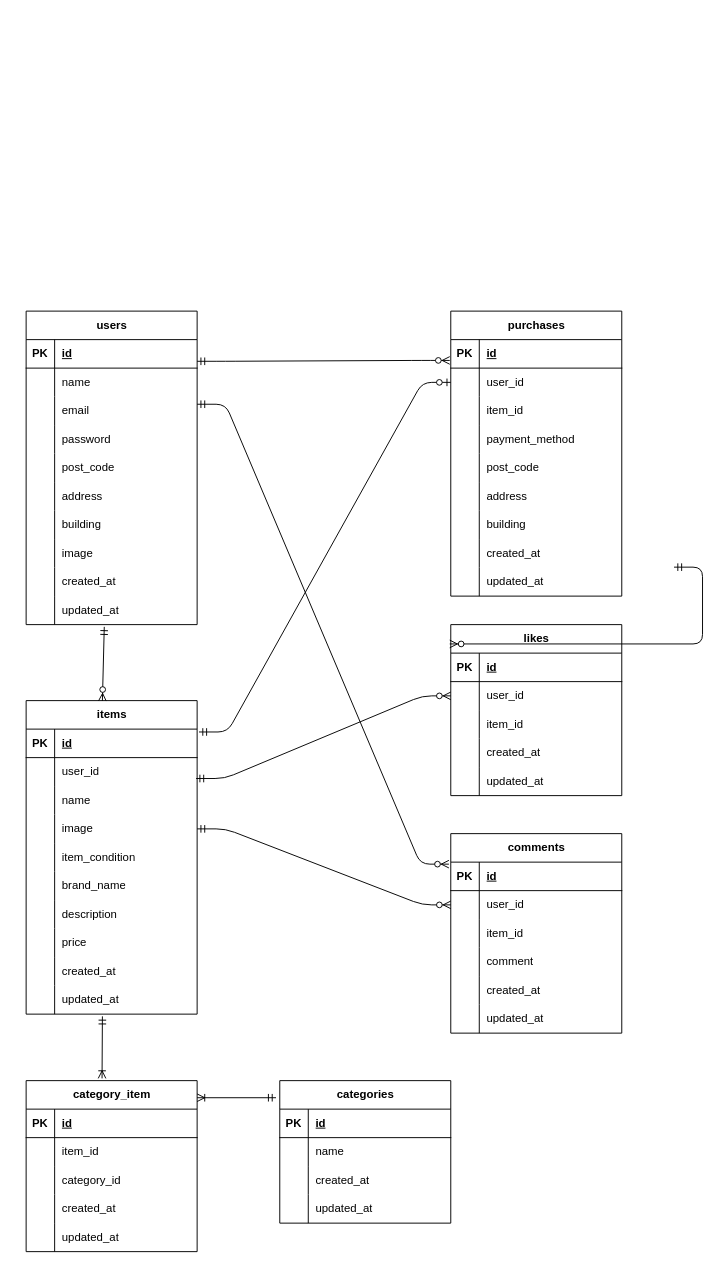
Earlier version of the draw.io diagram ER.dio (KenKen416/FRIMA). Source tidied: cells renumbered, new cells numbered last; positions are measured from the earlier drawing's top-left corner, leaving out a move shared by most shapes. Both pictures are drawn from the tidied source at 95%, with x=0, y=0 at pixel (-199, 238).
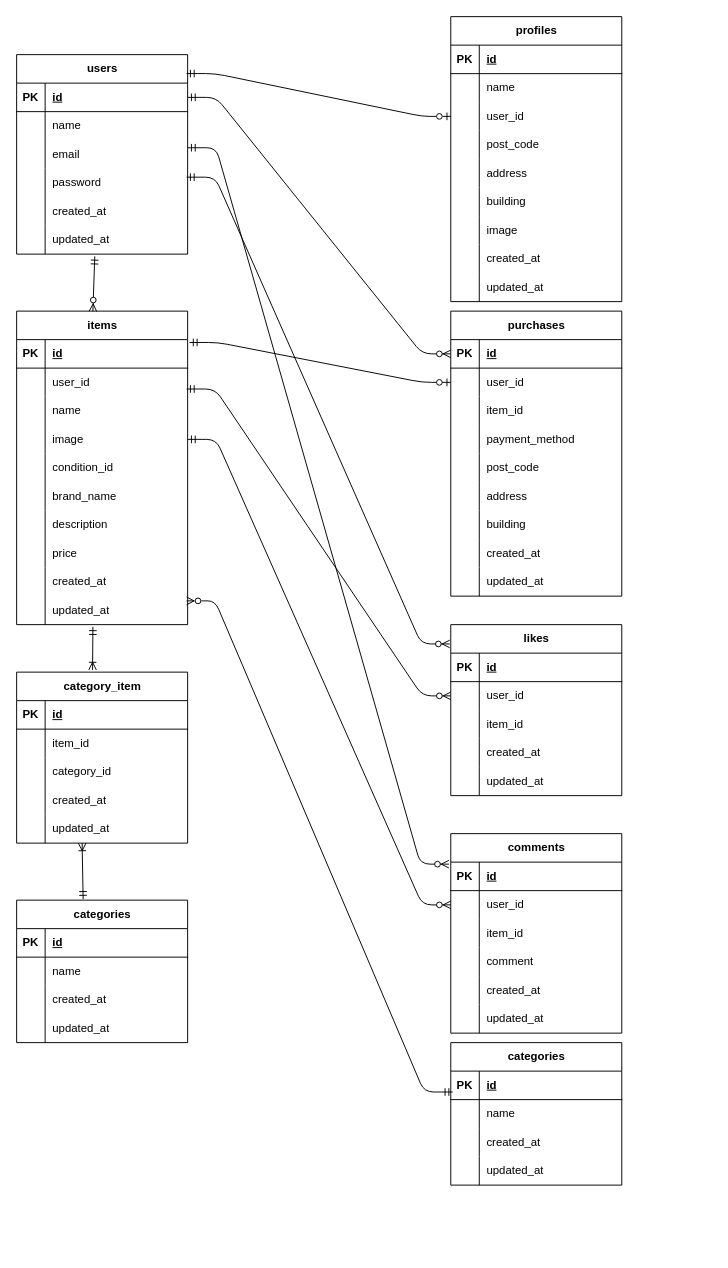
The same diagram, later.

The change refers to these unchanged cells:
```xml
<mxCell id="3" style="shape=tableRow;horizontal=0;startSize=0;swimlaneHead=0;swimlaneBody=0;fillColor=none;points=[[0,0.5],[1,0.5]];portConstraint=eastwest;top=0;left=0;right=0;bottom=1;" parent="2" vertex="1">
  <mxGeometry y="30" width="180" height="30" as="geometry" />
</mxCell>
<mxCell id="12" style="shape=tableRow;horizontal=0;startSize=0;swimlaneHead=0;swimlaneBody=0;fillColor=none;points=[[0,0.5],[1,0.5]];portConstraint=eastwest;top=0;left=0;right=0;bottom=0;" parent="2" vertex="1">
  <mxGeometry y="120" width="180" height="30" as="geometry" />
</mxCell>
<mxCell id="46" style="shape=tableRow;horizontal=0;startSize=0;swimlaneHead=0;swimlaneBody=0;fillColor=none;top=0;left=0;right=0;bottom=0;" parent="33" vertex="1">
  <mxGeometry y="150" width="180" height="30" as="geometry" />
</mxCell>
<mxCell id="61" style="shape=tableRow;horizontal=0;startSize=0;swimlaneHead=0;swimlaneBody=0;fillColor=none;points=[[0,0.5],[1,0.5]];portConstraint=eastwest;top=0;left=0;right=0;bottom=0;" parent="33" vertex="1">
  <mxGeometry y="300" width="180" height="30" as="geometry" />
</mxCell>
<mxCell id="64" value="purchases" style="shape=table;startSize=30;childLayout=tableLayout;rowLines=0;fontStyle=1;align=center;html=1;" parent="1" vertex="1">
  <mxGeometry x="683" y="77" width="180" height="300" as="geometry" />
</mxCell>
<mxCell id="65" style="shape=tableRow;horizontal=0;startSize=0;swimlaneHead=0;swimlaneBody=0;fillColor=none;points=[[0,0.5],[1,0.5]];portConstraint=eastwest;top=0;left=0;right=0;bottom=1;" parent="64" vertex="1">
  <mxGeometry y="30" width="180" height="30" as="geometry" />
</mxCell>
<mxCell id="92" value="likes" style="shape=table;startSize=30;childLayout=tableLayout;rowLines=0;fontStyle=1;align=center;html=1;" parent="1" vertex="1">
  <mxGeometry x="683" y="407" width="180" height="180" as="geometry" />
</mxCell>
<mxCell id="160" style="shape=tableRow;horizontal=0;startSize=0;swimlaneHead=0;swimlaneBody=0;fillColor=none;points=[[0,0.5],[1,0.5]];portConstraint=eastwest;top=0;left=0;right=0;bottom=0;" parent="147" vertex="1">
  <mxGeometry y="150" width="180" height="30" as="geometry" />
</mxCell>
```

Change to the diagram source:
```diff
@@
     <mxCell id="2" value="users" style="shape=table;startSize=30;childLayout=tableLayout;rowLines=0;fontStyle=1;align=center;html=1;" parent="1" vertex="1">
-      <mxGeometry x="236" y="77" width="180" height="330" as="geometry" />
+      <mxGeometry x="226" y="-193" width="180" height="210" as="geometry" />
     </mxCell>
@@
-    <mxCell id="15" style="shape=tableRow;horizontal=0;startSize=0;swimlaneHead=0;swimlaneBody=0;fillColor=none;top=0;left=0;right=0;bottom=0;" parent="2" vertex="1">
-      <mxGeometry y="150" width="180" height="30" as="geometry" />
-    </mxCell>
-    <mxCell id="16" style="shape=partialRectangle;fillColor=none;top=0;left=0;bottom=0;right=0;overflow=hidden;whiteSpace=wrap;html=1;" parent="15" vertex="1">
-      <mxGeometry width="30" height="30" as="geometry" />
-    </mxCell>
-    <mxCell id="17" value="post_code" style="shape=partialRectangle;fillColor=none;top=0;left=0;bottom=0;right=0;align=left;spacingLeft=6;overflow=hidden;whiteSpace=wrap;html=1;" parent="15" vertex="1">
-      <mxGeometry x="30" width="150" height="30" as="geometry" />
-    </mxCell>
-    <mxCell id="18" style="shape=tableRow;horizontal=0;startSize=0;swimlaneHead=0;swimlaneBody=0;fillColor=none;top=0;left=0;right=0;bottom=0;" parent="2" vertex="1">
-      <mxGeometry y="180" width="180" height="30" as="geometry" />
-    </mxCell>
-    <mxCell id="19" style="shape=partialRectangle;fillColor=none;top=0;left=0;bottom=0;right=0;overflow=hidden;whiteSpace=wrap;html=1;" parent="18" vertex="1">
-      <mxGeometry width="30" height="30" as="geometry" />
-    </mxCell>
-    <mxCell id="20" value="address" style="shape=partialRectangle;fillColor=none;top=0;left=0;bottom=0;right=0;align=left;spacingLeft=6;overflow=hidden;whiteSpace=wrap;html=1;" parent="18" vertex="1">
-      <mxGeometry x="30" width="150" height="30" as="geometry" />
-    </mxCell>
-    <mxCell id="21" style="shape=tableRow;horizontal=0;startSize=0;swimlaneHead=0;swimlaneBody=0;fillColor=none;top=0;left=0;right=0;bottom=0;" parent="2" vertex="1">
-      <mxGeometry y="210" width="180" height="30" as="geometry" />
-    </mxCell>
-    <mxCell id="22" style="shape=partialRectangle;fillColor=none;top=0;left=0;bottom=0;right=0;overflow=hidden;whiteSpace=wrap;html=1;" parent="21" vertex="1">
-      <mxGeometry width="30" height="30" as="geometry" />
-    </mxCell>
-    <mxCell id="23" value="building" style="shape=partialRectangle;fillColor=none;top=0;left=0;bottom=0;right=0;align=left;spacingLeft=6;overflow=hidden;whiteSpace=wrap;html=1;" parent="21" vertex="1">
-      <mxGeometry x="30" width="150" height="30" as="geometry" />
-    </mxCell>
-    <mxCell id="24" style="shape=tableRow;horizontal=0;startSize=0;swimlaneHead=0;swimlaneBody=0;fillColor=none;top=0;left=0;right=0;bottom=0;" parent="2" vertex="1">
-      <mxGeometry y="240" width="180" height="30" as="geometry" />
-    </mxCell>
-    <mxCell id="25" style="shape=partialRectangle;fillColor=none;top=0;left=0;bottom=0;right=0;overflow=hidden;whiteSpace=wrap;html=1;" parent="24" vertex="1">
-      <mxGeometry width="30" height="30" as="geometry" />
-    </mxCell>
-    <mxCell id="26" value="image" style="shape=partialRectangle;fillColor=none;top=0;left=0;bottom=0;right=0;align=left;spacingLeft=6;overflow=hidden;whiteSpace=wrap;html=1;" parent="24" vertex="1">
-      <mxGeometry x="30" width="150" height="30" as="geometry" />
-    </mxCell>
     <mxCell id="27" style="shape=tableRow;horizontal=0;startSize=0;swimlaneHead=0;swimlaneBody=0;fillColor=none;top=0;left=0;right=0;bottom=0;" parent="2" vertex="1">
-      <mxGeometry y="270" width="180" height="30" as="geometry" />
+      <mxGeometry y="150" width="180" height="30" as="geometry" />
     </mxCell>
@@
     <mxCell id="30" style="shape=tableRow;horizontal=0;startSize=0;swimlaneHead=0;swimlaneBody=0;fillColor=none;points=[[0,0.5],[1,0.5]];portConstraint=eastwest;top=0;left=0;right=0;bottom=0;" parent="2" vertex="1">
-      <mxGeometry y="300" width="180" height="30" as="geometry" />
+      <mxGeometry y="180" width="180" height="30" as="geometry" />
     </mxCell>
@@
     <mxCell id="33" value="items" style="shape=table;startSize=30;childLayout=tableLayout;rowLines=0;fontStyle=1;align=center;html=1;" parent="1" vertex="1">
-      <mxGeometry x="236" y="487" width="180" height="330" as="geometry" />
+      <mxGeometry x="226" y="77" width="180" height="330" as="geometry" />
     </mxCell>
@@
-    <mxCell id="48" value="item_condition" style="shape=partialRectangle;fillColor=none;top=0;left=0;bottom=0;right=0;align=left;spacingLeft=6;overflow=hidden;whiteSpace=wrap;html=1;" parent="46" vertex="1">
+    <mxCell id="48" value="condition_id" style="shape=partialRectangle;fillColor=none;top=0;left=0;bottom=0;right=0;align=left;spacingLeft=6;overflow=hidden;whiteSpace=wrap;html=1;" parent="46" vertex="1">
       <mxGeometry x="30" width="150" height="30" as="geometry" />
     </mxCell>
@@
-    <mxCell id="128" style="edgeStyle=entityRelationEdgeStyle;fontSize=12;html=1;endArrow=ERzeroToMany;startArrow=ERmandOne;exitX=1;exitY=0.16;exitDx=0;exitDy=0;exitPerimeter=0;entryX=-0.006;entryY=0.173;entryDx=0;entryDy=0;entryPerimeter=0;" parent="1" edge="1" source="2" target="64">
+    <mxCell id="128" style="edgeStyle=entityRelationEdgeStyle;fontSize=12;html=1;endArrow=ERzeroToOne;startArrow=ERmandOne;exitX=0.994;exitY=0.095;exitDx=0;exitDy=0;exitPerimeter=0;endFill=0;" parent="1" edge="1" source="2" target="172">
       <mxGeometry relative="1" as="geometry" />
     </mxCell>
-    <mxCell id="129" style="edgeStyle=entityRelationEdgeStyle;fontSize=12;html=1;endArrow=ERzeroToMany;startArrow=ERmandOne;exitX=1;exitY=0.5;exitDx=0;exitDy=0;entryX=-0.006;entryY=0.113;entryDx=0;entryDy=0;entryPerimeter=0;" parent="1" edge="1" target="92">
+    <mxCell id="129" style="edgeStyle=entityRelationEdgeStyle;fontSize=12;html=1;endArrow=ERzeroToMany;startArrow=ERmandOne;exitX=0.994;exitY=0.3;exitDx=0;exitDy=0;entryX=-0.006;entryY=0.113;entryDx=0;entryDy=0;entryPerimeter=0;exitPerimeter=0;" parent="1" edge="1" source="12" target="92">
       <mxGeometry relative="1" as="geometry">
-        <mxPoint x="918" y="346.5" as="sourcePoint" />
+        <Array as="points">
+          <mxPoint x="416" y="197" />
+          <mxPoint x="446" y="237" />
+        </Array>
       </mxGeometry>
     </mxCell>
@@
     <mxCell id="134" value="categories" style="shape=table;startSize=30;childLayout=tableLayout;rowLines=0;fontStyle=1;align=center;html=1;" parent="1" vertex="1">
-      <mxGeometry x="503" y="887" width="180" height="150" as="geometry" />
+      <mxGeometry x="226" y="697" width="180" height="150" as="geometry" />
     </mxCell>
@@
     <mxCell id="147" value="category_item" style="shape=table;startSize=30;childLayout=tableLayout;rowLines=0;fontStyle=1;align=center;html=1;" parent="1" vertex="1">
-      <mxGeometry x="236" y="887" width="180" height="180" as="geometry" />
+      <mxGeometry x="226" y="457" width="180" height="180" as="geometry" />
     </mxCell>
@@
-    <mxCell id="164" style="fontSize=12;html=1;endArrow=ERoneToMany;startArrow=ERmandOne;exitX=-0.022;exitY=0.12;exitDx=0;exitDy=0;exitPerimeter=0;entryX=1;entryY=0.1;entryDx=0;entryDy=0;entryPerimeter=0;" parent="1" edge="1" source="134" target="147">
+    <mxCell id="164" style="fontSize=12;html=1;endArrow=ERoneToMany;startArrow=ERmandOne;exitX=0.389;exitY=-0.007;exitDx=0;exitDy=0;exitPerimeter=0;entryX=0.383;entryY=1;entryDx=0;entryDy=0;entryPerimeter=0;" parent="1" edge="1" source="134" target="160">
       <mxGeometry relative="1" as="geometry" />
     </mxCell>
+    <mxCell id="165" value="profiles" style="shape=table;startSize=30;childLayout=tableLayout;rowLines=0;fontStyle=1;align=center;html=1;" parent="1" vertex="1">
+      <mxGeometry x="683" y="-233" width="180" height="300" as="geometry" />
+    </mxCell>
+    <mxCell id="166" style="shape=tableRow;horizontal=0;startSize=0;swimlaneHead=0;swimlaneBody=0;fillColor=none;top=0;left=0;right=0;bottom=1;" parent="165" vertex="1">
+      <mxGeometry y="30" width="180" height="30" as="geometry" />
+    </mxCell>
+    <mxCell id="167" value="PK" style="shape=partialRectangle;fillColor=none;top=0;left=0;bottom=0;right=0;fontStyle=1;overflow=hidden;whiteSpace=wrap;html=1;" parent="166" vertex="1">
+      <mxGeometry width="30" height="30" as="geometry" />
+    </mxCell>
+    <mxCell id="168" value="id" style="shape=partialRectangle;fillColor=none;top=0;left=0;bottom=0;right=0;align=left;spacingLeft=6;fontStyle=5;overflow=hidden;whiteSpace=wrap;html=1;" parent="166" vertex="1">
+      <mxGeometry x="30" width="150" height="30" as="geometry" />
+    </mxCell>
+    <mxCell id="169" style="shape=tableRow;horizontal=0;startSize=0;swimlaneHead=0;swimlaneBody=0;fillColor=none;top=0;left=0;right=0;bottom=0;" parent="165" vertex="1">
+      <mxGeometry y="60" width="180" height="30" as="geometry" />
+    </mxCell>
+    <mxCell id="170" style="shape=partialRectangle;fillColor=none;top=0;left=0;bottom=0;right=0;overflow=hidden;whiteSpace=wrap;html=1;" parent="169" vertex="1">
+      <mxGeometry width="30" height="30" as="geometry" />
+    </mxCell>
+    <mxCell id="171" value="name" style="shape=partialRectangle;fillColor=none;top=0;left=0;bottom=0;right=0;align=left;spacingLeft=6;overflow=hidden;whiteSpace=wrap;html=1;" parent="169" vertex="1">
+      <mxGeometry x="30" width="150" height="30" as="geometry" />
+    </mxCell>
+    <mxCell id="172" style="shape=tableRow;horizontal=0;startSize=0;swimlaneHead=0;swimlaneBody=0;fillColor=none;points=[[0,0.5],[1,0.5]];portConstraint=eastwest;top=0;left=0;right=0;bottom=0;" parent="165" vertex="1">
+      <mxGeometry y="90" width="180" height="30" as="geometry" />
+    </mxCell>
+    <mxCell id="173" style="shape=partialRectangle;fillColor=none;top=0;left=0;bottom=0;right=0;overflow=hidden;whiteSpace=wrap;html=1;" parent="172" vertex="1">
+      <mxGeometry width="30" height="30" as="geometry" />
+    </mxCell>
+    <mxCell id="174" value="user_id" style="shape=partialRectangle;fillColor=none;top=0;left=0;bottom=0;right=0;align=left;spacingLeft=6;overflow=hidden;whiteSpace=wrap;html=1;" parent="172" vertex="1">
+      <mxGeometry x="30" width="150" height="30" as="geometry" />
+    </mxCell>
+    <mxCell id="175" style="shape=tableRow;horizontal=0;startSize=0;swimlaneHead=0;swimlaneBody=0;fillColor=none;top=0;left=0;right=0;bottom=0;" parent="165" vertex="1">
+      <mxGeometry y="120" width="180" height="30" as="geometry" />
+    </mxCell>
+    <mxCell id="176" style="shape=partialRectangle;fillColor=none;top=0;left=0;bottom=0;right=0;overflow=hidden;whiteSpace=wrap;html=1;" parent="175" vertex="1">
+      <mxGeometry width="30" height="30" as="geometry" />
+    </mxCell>
+    <mxCell id="17" value="post_code" style="shape=partialRectangle;fillColor=none;top=0;left=0;bottom=0;right=0;align=left;spacingLeft=6;overflow=hidden;whiteSpace=wrap;html=1;" parent="175" vertex="1">
+      <mxGeometry x="30" width="150" height="30" as="geometry" />
+    </mxCell>
+    <mxCell id="15" style="shape=tableRow;horizontal=0;startSize=0;swimlaneHead=0;swimlaneBody=0;fillColor=none;top=0;left=0;right=0;bottom=0;" parent="165" vertex="1">
+      <mxGeometry y="150" width="180" height="30" as="geometry" />
+    </mxCell>
+    <mxCell id="177" style="shape=partialRectangle;fillColor=none;top=0;left=0;bottom=0;right=0;overflow=hidden;whiteSpace=wrap;html=1;" parent="15" vertex="1">
+      <mxGeometry width="30" height="30" as="geometry" />
+    </mxCell>
+    <mxCell id="20" value="address" style="shape=partialRectangle;fillColor=none;top=0;left=0;bottom=0;right=0;align=left;spacingLeft=6;overflow=hidden;whiteSpace=wrap;html=1;" parent="15" vertex="1">
+      <mxGeometry x="30" width="150" height="30" as="geometry" />
+    </mxCell>
+    <mxCell id="18" style="shape=tableRow;horizontal=0;startSize=0;swimlaneHead=0;swimlaneBody=0;fillColor=none;top=0;left=0;right=0;bottom=0;" parent="165" vertex="1">
+      <mxGeometry y="180" width="180" height="30" as="geometry" />
+    </mxCell>
+    <mxCell id="178" style="shape=partialRectangle;fillColor=none;top=0;left=0;bottom=0;right=0;overflow=hidden;whiteSpace=wrap;html=1;" parent="18" vertex="1">
+      <mxGeometry width="30" height="30" as="geometry" />
+    </mxCell>
+    <mxCell id="23" value="building" style="shape=partialRectangle;fillColor=none;top=0;left=0;bottom=0;right=0;align=left;spacingLeft=6;overflow=hidden;whiteSpace=wrap;html=1;" parent="18" vertex="1">
+      <mxGeometry x="30" width="150" height="30" as="geometry" />
+    </mxCell>
+    <mxCell id="21" style="shape=tableRow;horizontal=0;startSize=0;swimlaneHead=0;swimlaneBody=0;fillColor=none;top=0;left=0;right=0;bottom=0;" parent="165" vertex="1">
+      <mxGeometry y="210" width="180" height="30" as="geometry" />
+    </mxCell>
+    <mxCell id="179" style="shape=partialRectangle;fillColor=none;top=0;left=0;bottom=0;right=0;overflow=hidden;whiteSpace=wrap;html=1;" parent="21" vertex="1">
+      <mxGeometry width="30" height="30" as="geometry" />
+    </mxCell>
+    <mxCell id="26" value="image" style="shape=partialRectangle;fillColor=none;top=0;left=0;bottom=0;right=0;align=left;spacingLeft=6;overflow=hidden;whiteSpace=wrap;html=1;" parent="21" vertex="1">
+      <mxGeometry x="30" width="150" height="30" as="geometry" />
+    </mxCell>
+    <mxCell id="24" style="shape=tableRow;horizontal=0;startSize=0;swimlaneHead=0;swimlaneBody=0;fillColor=none;top=0;left=0;right=0;bottom=0;" parent="165" vertex="1">
+      <mxGeometry y="240" width="180" height="30" as="geometry" />
+    </mxCell>
+    <mxCell id="180" style="shape=partialRectangle;fillColor=none;top=0;left=0;bottom=0;right=0;overflow=hidden;whiteSpace=wrap;html=1;" parent="24" vertex="1">
+      <mxGeometry width="30" height="30" as="geometry" />
+    </mxCell>
+    <mxCell id="181" value="created_at" style="shape=partialRectangle;fillColor=none;top=0;left=0;bottom=0;right=0;align=left;spacingLeft=6;overflow=hidden;whiteSpace=wrap;html=1;" parent="24" vertex="1">
+      <mxGeometry x="30" width="150" height="30" as="geometry" />
+    </mxCell>
+    <mxCell id="182" style="shape=tableRow;horizontal=0;startSize=0;swimlaneHead=0;swimlaneBody=0;fillColor=none;top=0;left=0;right=0;bottom=0;" parent="165" vertex="1">
+      <mxGeometry y="270" width="180" height="30" as="geometry" />
+    </mxCell>
+    <mxCell id="183" style="shape=partialRectangle;fillColor=none;top=0;left=0;bottom=0;right=0;overflow=hidden;whiteSpace=wrap;html=1;" parent="182" vertex="1">
+      <mxGeometry width="30" height="30" as="geometry" />
+    </mxCell>
+    <mxCell id="184" value="updated_at" style="shape=partialRectangle;fillColor=none;top=0;left=0;bottom=0;right=0;align=left;spacingLeft=6;overflow=hidden;whiteSpace=wrap;html=1;" parent="182" vertex="1">
+      <mxGeometry x="30" width="150" height="30" as="geometry" />
+    </mxCell>
+    <mxCell id="185" style="edgeStyle=entityRelationEdgeStyle;fontSize=12;html=1;endArrow=ERzeroToMany;startArrow=ERmandOne;exitX=1;exitY=0.5;exitDx=0;exitDy=0;entryX=0;entryY=0.5;entryDx=0;entryDy=0;" parent="1" edge="1" source="3" target="65">
+      <mxGeometry relative="1" as="geometry" />
+    </mxCell>
+    <mxCell id="186" value="categories" style="shape=table;startSize=30;childLayout=tableLayout;rowLines=0;fontStyle=1;align=center;html=1;" parent="1" vertex="1">
+      <mxGeometry x="683" y="847" width="180" height="150" as="geometry" />
+    </mxCell>
+    <mxCell id="187" style="shape=tableRow;horizontal=0;startSize=0;swimlaneHead=0;swimlaneBody=0;fillColor=none;points=[[0,0.5],[1,0.5]];portConstraint=eastwest;top=0;left=0;right=0;bottom=1;" parent="186" vertex="1">
+      <mxGeometry y="30" width="180" height="30" as="geometry" />
+    </mxCell>
+    <mxCell id="188" value="PK" style="shape=partialRectangle;fillColor=none;top=0;left=0;bottom=0;right=0;fontStyle=1;overflow=hidden;whiteSpace=wrap;html=1;" parent="187" vertex="1">
+      <mxGeometry width="30" height="30" as="geometry" />
+    </mxCell>
+    <mxCell id="189" value="id" style="shape=partialRectangle;fillColor=none;top=0;left=0;bottom=0;right=0;align=left;spacingLeft=6;fontStyle=5;overflow=hidden;whiteSpace=wrap;html=1;" parent="187" vertex="1">
+      <mxGeometry x="30" width="150" height="30" as="geometry" />
+    </mxCell>
+    <mxCell id="190" style="shape=tableRow;horizontal=0;startSize=0;swimlaneHead=0;swimlaneBody=0;fillColor=none;top=0;left=0;right=0;bottom=0;" parent="186" vertex="1">
+      <mxGeometry y="60" width="180" height="30" as="geometry" />
+    </mxCell>
+    <mxCell id="191" style="shape=partialRectangle;fillColor=none;top=0;left=0;bottom=0;right=0;overflow=hidden;whiteSpace=wrap;html=1;" parent="190" vertex="1">
+      <mxGeometry width="30" height="30" as="geometry" />
+    </mxCell>
+    <mxCell id="192" value="name" style="shape=partialRectangle;fillColor=none;top=0;left=0;bottom=0;right=0;align=left;spacingLeft=6;overflow=hidden;whiteSpace=wrap;html=1;" parent="190" vertex="1">
+      <mxGeometry x="30" width="150" height="30" as="geometry" />
+    </mxCell>
+    <mxCell id="193" style="shape=tableRow;horizontal=0;startSize=0;swimlaneHead=0;swimlaneBody=0;fillColor=none;top=0;left=0;right=0;bottom=0;" parent="186" vertex="1">
+      <mxGeometry y="90" width="180" height="30" as="geometry" />
+    </mxCell>
+    <mxCell id="194" style="shape=partialRectangle;fillColor=none;top=0;left=0;bottom=0;right=0;overflow=hidden;whiteSpace=wrap;html=1;" parent="193" vertex="1">
+      <mxGeometry width="30" height="30" as="geometry" />
+    </mxCell>
+    <mxCell id="195" value="created_at" style="shape=partialRectangle;fillColor=none;top=0;left=0;bottom=0;right=0;align=left;spacingLeft=6;overflow=hidden;whiteSpace=wrap;html=1;" parent="193" vertex="1">
+      <mxGeometry x="30" width="150" height="30" as="geometry" />
+    </mxCell>
+    <mxCell id="196" style="shape=tableRow;horizontal=0;startSize=0;swimlaneHead=0;swimlaneBody=0;fillColor=none;top=0;left=0;right=0;bottom=0;" parent="186" vertex="1">
+      <mxGeometry y="120" width="180" height="30" as="geometry" />
+    </mxCell>
+    <mxCell id="197" style="shape=partialRectangle;fillColor=none;top=0;left=0;bottom=0;right=0;overflow=hidden;whiteSpace=wrap;html=1;" parent="196" vertex="1">
+      <mxGeometry width="30" height="30" as="geometry" />
+    </mxCell>
+    <mxCell id="198" value="updated_at" style="shape=partialRectangle;fillColor=none;top=0;left=0;bottom=0;right=0;align=left;spacingLeft=6;overflow=hidden;whiteSpace=wrap;html=1;" parent="196" vertex="1">
+      <mxGeometry x="30" width="150" height="30" as="geometry" />
+    </mxCell>
+    <mxCell id="199" style="edgeStyle=entityRelationEdgeStyle;fontSize=12;html=1;endArrow=ERmandOne;startArrow=ERzeroToMany;exitX=0.994;exitY=0.167;exitDx=0;exitDy=0;entryX=0.011;entryY=0.733;entryDx=0;entryDy=0;exitPerimeter=0;entryPerimeter=0;startFill=0;endFill=0;" parent="1" edge="1" source="61" target="187">
+      <mxGeometry relative="1" as="geometry">
+        <Array as="points">
+          <mxPoint x="386" y="592" />
+        </Array>
+      </mxGeometry>
+    </mxCell>
```
